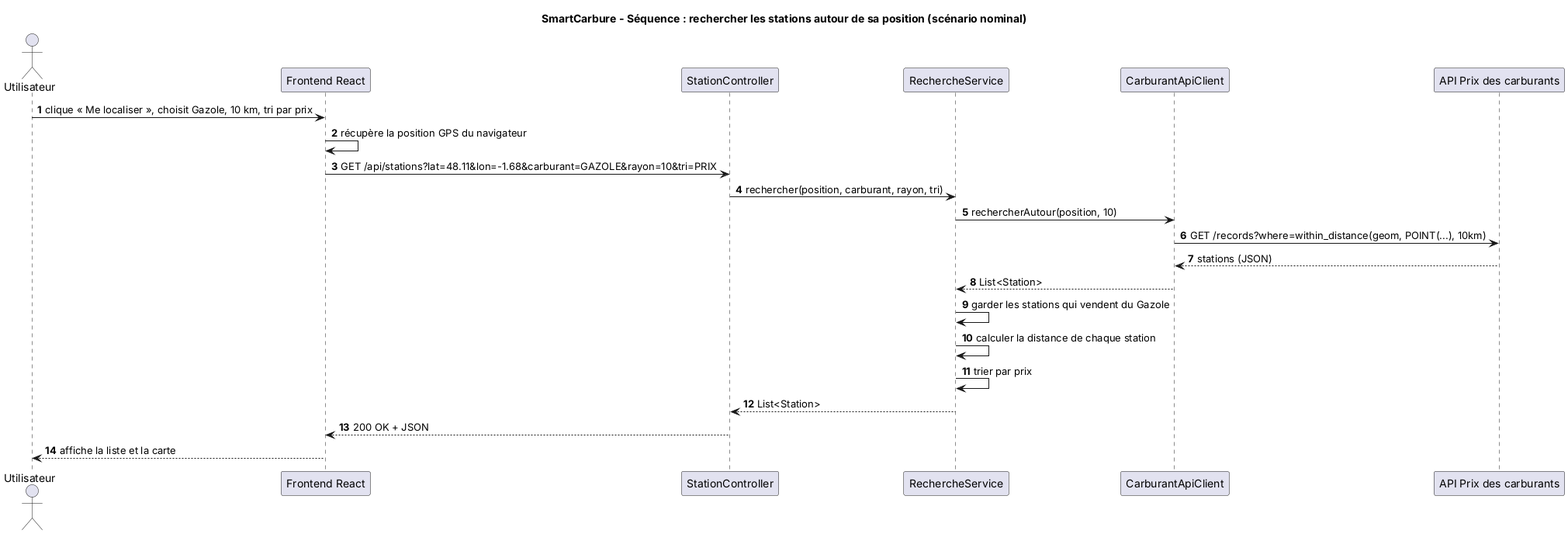
Before: docs/diagrammes/sequence_recherche.png, a diagram exported from PlantUML (AdiyoFouad/SmartCarbure).
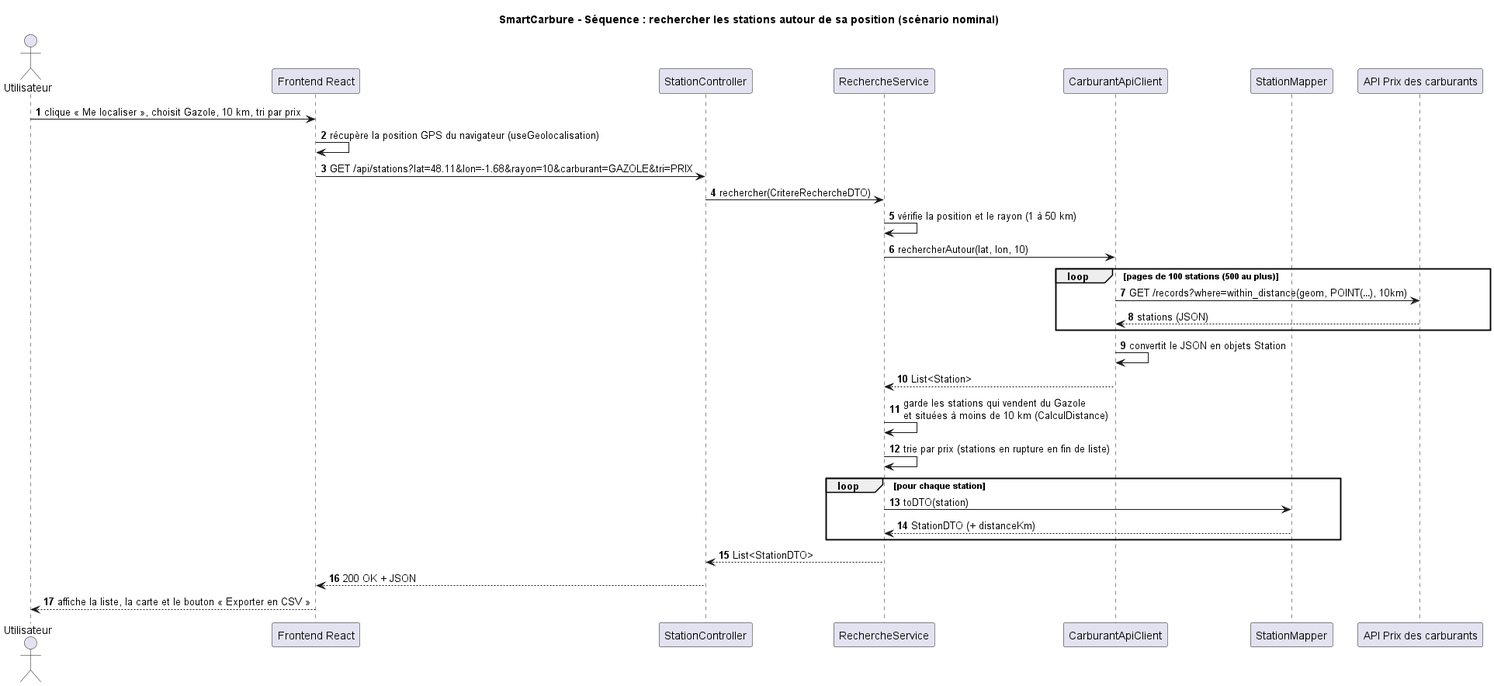
The same diagram one commit later.

Commit message:
C5 : diagrammes de séquence (recherche, erreurs, trajet) mis à jour avec le code de main

What changed in the source:
```diff
@@ -1,26 +1,36 @@
 @startuml sequence_recherche
+
 title SmartCarbure - Séquence : rechercher les stations autour de sa position (scénario nominal)
+
 autonumber
+actor Utilisateur
+participant "Frontend React" as Front
+participant StationController
+participant RechercheService
+participant CarburantApiClient
+participant StationMapper
+participant "API Prix des carburants" as Api
 
-actor Utilisateur
-participant "Frontend React" as UI
-participant "StationController" as CTRL
-participant "RechercheService" as SRV
-participant "CarburantApiClient" as CLI
-participant "API Prix des carburants" as APIC
+Utilisateur -> Front : clique « Me localiser », choisit Gazole, 10 km, tri par prix
+Front -> Front : récupère la position GPS du navigateur (useGeolocalisation)
+Front -> StationController : GET /api/stations?lat=48.11&lon=-1.68&rayon=10&carburant=GAZOLE&tri=PRIX
+StationController -> RechercheService : rechercher(CritereRechercheDTO)
+RechercheService -> RechercheService : vérifie la position et le rayon (1 à 50 km)
+RechercheService -> CarburantApiClient : rechercherAutour(lat, lon, 10)
+loop pages de 100 stations (500 au plus)
+  CarburantApiClient -> Api : GET /records?where=within_distance(geom, POINT(…), 10km)
+  Api --> CarburantApiClient : stations (JSON)
+end
+CarburantApiClient -> CarburantApiClient : convertit le JSON en objets Station
+CarburantApiClient --> RechercheService : List<Station>
+RechercheService -> RechercheService : garde les stations qui vendent du Gazole\net situées à moins de 10 km (CalculDistance)
+RechercheService -> RechercheService : trie par prix (stations en rupture en fin de liste)
+loop pour chaque station
+  RechercheService -> StationMapper : toDTO(station)
+  StationMapper --> RechercheService : StationDTO (+ distanceKm)
+end
+RechercheService --> StationController : List<StationDTO>
+StationController --> Front : 200 OK + JSON
+Front --> Utilisateur : affiche la liste, la carte et le bouton « Exporter en CSV »
 
-Utilisateur -> UI : clique « Me localiser », choisit Gazole, 10 km, tri par prix
-UI -> UI : récupère la position GPS du navigateur
-UI -> CTRL : GET /api/stations?lat=48.11&lon=-1.68&carburant=GAZOLE&rayon=10&tri=PRIX
-CTRL -> SRV : rechercher(position, carburant, rayon, tri)
-SRV -> CLI : rechercherAutour(position, 10)
-CLI -> APIC : GET /records?where=within_distance(geom, POINT(...), 10km)
-APIC --> CLI : stations (JSON)
-CLI --> SRV : List<Station>
-SRV -> SRV : garder les stations qui vendent du Gazole
-SRV -> SRV : calculer la distance de chaque station
-SRV -> SRV : trier par prix
-SRV --> CTRL : List<Station>
-CTRL --> UI : 200 OK + JSON
-UI --> Utilisateur : affiche la liste et la carte
 @enduml
```
